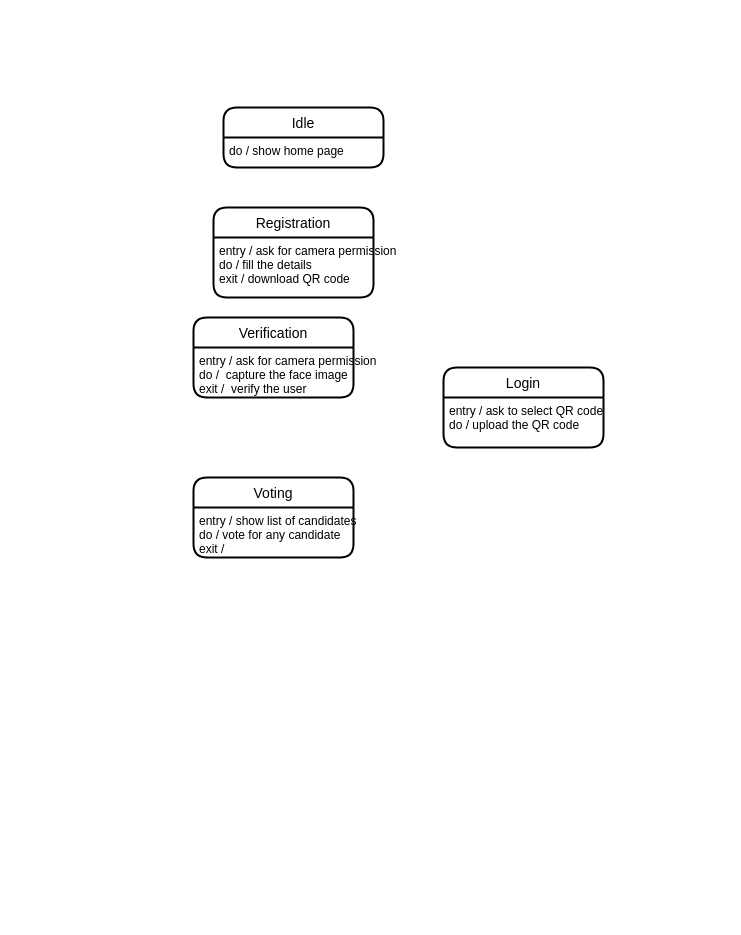
The draw.io diagram StateDiagram.drawio in matic14/BLockVote-UML-Diagram, before the edit. Source tidied: cells renumbered, new cells numbered last; positions are measured from the earlier drawing's top-left corner, leaving out a move shared by most shapes. Both pictures are drawn from the tidied source at 100%, with x=0, y=0 at pixel (193, 107).
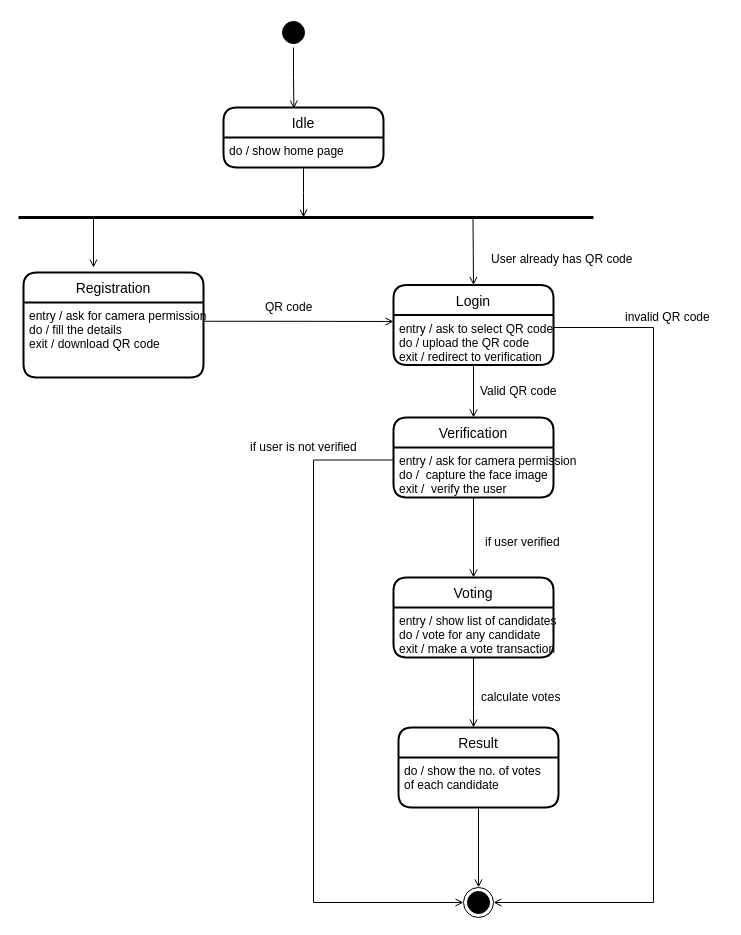
The same diagram, later.

The change refers to these unchanged cells:
```xml
<mxCell id="2" value="Idle" style="swimlane;horizontal=1;startSize=30;fillColor=#FFFFFF;fontColor=#030000;rounded=1;fontSize=14;fontStyle=0;strokeWidth=2;shadow=0;dashed=0;align=center;" parent="1" vertex="1">
  <mxGeometry x="30" width="160" height="60" as="geometry" />
</mxCell>
<mxCell id="3" value="do / show home page" style="align=left;strokeColor=none;fillColor=none;spacingLeft=4;fontSize=12;verticalAlign=top;" parent="2" vertex="1">
  <mxGeometry y="30" width="160" height="30" as="geometry" />
</mxCell>
<mxCell id="9" value="entry / ask for camera permission&#10;do /  capture the face image&#10;exit /  verify the user" style="align=left;strokeColor=none;fillColor=none;spacingLeft=4;fontSize=12;verticalAlign=top;" parent="8" vertex="1">
  <mxGeometry y="30" width="160" height="50" as="geometry" />
</mxCell>
```

What changed in the source:
```diff
@@
+    <mxCell id="6" value="Login" style="swimlane;horizontal=1;startSize=30;fillColor=#FFFFFF;fontColor=#030000;rounded=1;fontSize=14;fontStyle=0;strokeWidth=2;shadow=0;dashed=0;align=center;" parent="1" vertex="1">
+      <mxGeometry x="200" y="177.5" width="160" height="80" as="geometry" />
+    </mxCell>
+    <mxCell id="7" value="entry / ask to select QR code&#10;do / upload the QR code&#10;exit / redirect to verification " style="align=left;strokeColor=none;fillColor=none;spacingLeft=4;fontSize=12;verticalAlign=top;" parent="6" vertex="1">
+      <mxGeometry y="30" width="160" height="50" as="geometry" />
+    </mxCell>
+    <mxCell id="12" value="Result" style="swimlane;horizontal=1;startSize=30;fillColor=#FFFFFF;fontColor=#030000;rounded=1;fontSize=14;fontStyle=0;strokeWidth=2;shadow=0;dashed=0;align=center;" parent="1" vertex="1">
+      <mxGeometry x="205" y="620" width="160" height="80" as="geometry" />
+    </mxCell>
+    <mxCell id="13" value="do / show the no. of votes &#10;of each candidate&#10;" style="align=left;strokeColor=none;fillColor=none;spacingLeft=4;fontSize=12;verticalAlign=top;" parent="12" vertex="1">
+      <mxGeometry y="30" width="160" height="50" as="geometry" />
+    </mxCell>
+    <mxCell id="14" style="edgeStyle=orthogonalEdgeStyle;rounded=0;jumpSize=6;jettySize=auto;html=1;entryX=0.44;entryY=0.017;entryDx=0;entryDy=0;entryPerimeter=0;endArrow=open;endFill=0;strokeColor=#050000;strokeWidth=1;fontColor=#030000;" parent="1" edge="1" source="15" target="2">
+      <mxGeometry relative="1" as="geometry" />
+    </mxCell>
+    <mxCell id="15" style="ellipse;html=1;shape=startState;fillColor=#000000;strokeColor=#030000;fontColor=#030000;" parent="1" vertex="1">
+      <mxGeometry x="85" y="-90" width="30" height="30" as="geometry" />
+    </mxCell>
+    <mxCell id="16" style="endArrow=none;html=1;strokeColor=#050000;fontColor=#030000;strokeWidth=3;" parent="1" edge="1">
+      <mxGeometry relative="1" as="geometry">
+        <mxPoint x="-175" y="110" as="sourcePoint" />
+        <mxPoint x="400" y="110" as="targetPoint" />
+      </mxGeometry>
+    </mxCell>
     <mxCell id="4" value="Registration" style="swimlane;horizontal=1;startSize=30;fillColor=#FFFFFF;fontColor=#030000;rounded=1;fontSize=14;fontStyle=0;strokeWidth=2;shadow=0;dashed=0;align=center;" parent="1" vertex="1">
-      <mxGeometry x="20" y="100" width="160" height="90" as="geometry" />
+      <mxGeometry x="-170" y="165" width="180" height="105" as="geometry" />
     </mxCell>
     <mxCell id="5" value="entry / ask for camera permission&#10;do / fill the details&#10;exit / download QR code" style="align=left;strokeColor=none;fillColor=none;spacingLeft=4;fontSize=12;verticalAlign=top;" parent="4" vertex="1">
-      <mxGeometry y="30" width="160" height="60" as="geometry" />
+      <mxGeometry y="30" width="180" height="75" as="geometry" />
     </mxCell>
-    <mxCell id="6" value="Login" style="swimlane;horizontal=1;startSize=30;fillColor=#FFFFFF;fontColor=#030000;rounded=1;fontSize=14;fontStyle=0;strokeWidth=2;shadow=0;dashed=0;align=center;" parent="1" vertex="1">
-      <mxGeometry x="250" y="260" width="160" height="80" as="geometry" />
-    </mxCell>
-    <mxCell id="7" value="entry / ask to select QR code&#10;do / upload the QR code&#10;" style="align=left;strokeColor=none;fillColor=none;spacingLeft=4;fontSize=12;verticalAlign=top;" parent="6" vertex="1">
-      <mxGeometry y="30" width="160" height="50" as="geometry" />
-    </mxCell>
+    <mxCell id="17" style="ellipse;html=1;shape=endState;fillColor=#000000;strokeColor=#050000;fontColor=#030000;" parent="1" vertex="1">
+      <mxGeometry x="270" y="780" width="30" height="30" as="geometry" />
+    </mxCell>
+    <mxCell id="18" style="edgeStyle=orthogonalEdgeStyle;rounded=0;jettySize=auto;html=1;strokeColor=#050000;strokeWidth=1;fontColor=#030000;endArrow=open;endFill=0;jumpSize=6;" parent="1" edge="1" source="3">
+      <mxGeometry relative="1" as="geometry">
+        <mxPoint x="110" y="110" as="targetPoint" />
+      </mxGeometry>
+    </mxCell>
+    <mxCell id="19" style="edgeStyle=orthogonalEdgeStyle;rounded=0;orthogonalLoop=1;jettySize=auto;html=1;strokeColor=#050000;strokeWidth=1;fontColor=#030000;endArrow=open;endFill=0;jumpSize=6;" parent="1" edge="1">
+      <mxGeometry relative="1" as="geometry">
+        <mxPoint x="-100" y="110" as="sourcePoint" />
+        <mxPoint x="-100" y="160" as="targetPoint" />
+      </mxGeometry>
+    </mxCell>
+    <mxCell id="20" style="edgeStyle=orthogonalEdgeStyle;rounded=0;jettySize=auto;html=1;strokeColor=#050000;strokeWidth=1;fontColor=#030000;endArrow=open;endFill=0;jumpSize=6;entryX=0.5;entryY=0;entryDx=0;entryDy=0;" parent="1" edge="1" target="6">
+      <mxGeometry relative="1" as="geometry">
+        <mxPoint x="279.5" y="110" as="sourcePoint" />
+      </mxGeometry>
+    </mxCell>
     <mxCell id="8" value="Verification" style="swimlane;horizontal=1;startSize=30;fillColor=#FFFFFF;fontColor=#030000;rounded=1;fontSize=14;fontStyle=0;strokeWidth=2;shadow=0;dashed=0;align=center;" parent="1" vertex="1">
-      <mxGeometry y="210" width="160" height="80" as="geometry" />
+      <mxGeometry x="200" y="310" width="160" height="80" as="geometry" />
     </mxCell>
@@
+    <mxCell id="21" style="edgeStyle=orthogonalEdgeStyle;rounded=0;jumpSize=6;jettySize=auto;html=1;exitX=1;exitY=0.25;exitDx=0;exitDy=0;endArrow=open;endFill=0;strokeColor=#050000;strokeWidth=1;fontColor=#030000;" parent="1" edge="1" source="5">
+      <mxGeometry relative="1" as="geometry">
+        <mxPoint x="200" y="214" as="targetPoint" />
+      </mxGeometry>
+    </mxCell>
     <mxCell id="10" value="Voting" style="swimlane;horizontal=1;startSize=30;fillColor=#FFFFFF;fontColor=#030000;rounded=1;fontSize=14;fontStyle=0;strokeWidth=2;shadow=0;dashed=0;align=center;" parent="1" vertex="1">
-      <mxGeometry y="370" width="160" height="80" as="geometry" />
+      <mxGeometry x="200" y="470" width="160" height="80" as="geometry" />
     </mxCell>
-    <mxCell id="11" value="entry / show list of candidates&#10;do / vote for any candidate &#10;exit / " style="align=left;strokeColor=none;fillColor=none;spacingLeft=4;fontSize=12;verticalAlign=top;" parent="10" vertex="1">
+    <mxCell id="11" value="entry / show list of candidates&#10;do / vote for any candidate &#10;exit / make a vote transaction" style="align=left;strokeColor=none;fillColor=none;spacingLeft=4;fontSize=12;verticalAlign=top;" parent="10" vertex="1">
       <mxGeometry y="30" width="160" height="50" as="geometry" />
     </mxCell>
+    <mxCell id="22" style="edgeStyle=orthogonalEdgeStyle;rounded=0;jumpSize=6;jettySize=auto;html=1;exitX=0.5;exitY=1;exitDx=0;exitDy=0;entryX=0.5;entryY=0;entryDx=0;entryDy=0;endArrow=open;endFill=0;strokeColor=#050000;strokeWidth=1;fontColor=#030000;" parent="1" edge="1" source="7" target="8">
+      <mxGeometry relative="1" as="geometry" />
+    </mxCell>
+    <mxCell id="23" style="edgeStyle=orthogonalEdgeStyle;rounded=0;jumpSize=6;jettySize=auto;html=1;exitX=0.5;exitY=1;exitDx=0;exitDy=0;endArrow=open;endFill=0;strokeColor=#050000;strokeWidth=1;fontColor=#030000;entryX=0.5;entryY=0;entryDx=0;entryDy=0;" parent="1" edge="1" source="9" target="10">
+      <mxGeometry relative="1" as="geometry" />
+    </mxCell>
+    <mxCell id="24" style="edgeStyle=orthogonalEdgeStyle;rounded=0;jumpSize=6;jettySize=auto;html=1;exitX=0.5;exitY=1;exitDx=0;exitDy=0;endArrow=open;endFill=0;strokeColor=#050000;strokeWidth=1;fontColor=#030000;" parent="1" edge="1" source="11" target="12">
+      <mxGeometry relative="1" as="geometry">
+        <Array as="points">
+          <mxPoint x="280" y="600" />
+          <mxPoint x="280" y="600" />
+        </Array>
+      </mxGeometry>
+    </mxCell>
+    <mxCell id="25" style="edgeStyle=orthogonalEdgeStyle;rounded=0;jumpSize=6;jettySize=auto;html=1;exitX=0.5;exitY=1;exitDx=0;exitDy=0;entryX=0.5;entryY=0;entryDx=0;entryDy=0;endArrow=open;endFill=0;strokeColor=#050000;strokeWidth=1;fontColor=#030000;" parent="1" edge="1" source="13" target="17">
+      <mxGeometry relative="1" as="geometry" />
+    </mxCell>
+    <mxCell id="26" value="QR code&amp;nbsp;" style="text;html=1;align=left;verticalAlign=top;spacingTop=-4;fontColor=#030000;" parent="1" vertex="1">
+      <mxGeometry x="70" y="190" width="70" height="20" as="geometry" />
+    </mxCell>
+    <mxCell id="27" value="User already has QR code" style="text;html=1;align=left;verticalAlign=top;spacingTop=-4;fontColor=#030000;" parent="1" vertex="1">
+      <mxGeometry x="296" y="142" width="160" height="20" as="geometry" />
+    </mxCell>
+    <mxCell id="28" value="Valid QR code" style="text;html=1;align=left;verticalAlign=top;spacingTop=-4;fontColor=#030000;" parent="1" vertex="1">
+      <mxGeometry x="285" y="274" width="90" height="20" as="geometry" />
+    </mxCell>
+    <mxCell id="29" style="edgeStyle=orthogonalEdgeStyle;rounded=0;jumpSize=6;jettySize=auto;html=1;exitX=1;exitY=0.25;exitDx=0;exitDy=0;endArrow=open;endFill=0;strokeColor=#050000;strokeWidth=1;fontColor=#030000;entryX=1;entryY=0.5;entryDx=0;entryDy=0;" parent="1" edge="1" source="7" target="17">
+      <mxGeometry relative="1" as="geometry">
+        <Array as="points">
+          <mxPoint x="460" y="220" />
+          <mxPoint x="460" y="795" />
+        </Array>
+      </mxGeometry>
+    </mxCell>
+    <mxCell id="30" value="invalid QR code&amp;nbsp;" style="text;html=1;align=left;verticalAlign=top;spacingTop=-4;fontColor=#030000;" parent="1" vertex="1">
+      <mxGeometry x="430" y="200" width="100" height="20" as="geometry" />
+    </mxCell>
+    <mxCell id="31" value="if user verified" style="text;html=1;align=left;verticalAlign=top;spacingTop=-4;fontColor=#030000;" parent="1" vertex="1">
+      <mxGeometry x="290" y="425" width="90" height="20" as="geometry" />
+    </mxCell>
+    <mxCell id="32" style="edgeStyle=orthogonalEdgeStyle;rounded=0;jumpSize=6;jettySize=auto;html=1;exitX=0;exitY=0.25;exitDx=0;exitDy=0;entryX=0;entryY=0.5;entryDx=0;entryDy=0;endArrow=open;endFill=0;strokeColor=#050000;strokeWidth=1;fontColor=#030000;" parent="1" edge="1" source="9" target="17">
+      <mxGeometry relative="1" as="geometry">
+        <Array as="points">
+          <mxPoint x="120" y="353" />
+          <mxPoint x="120" y="795" />
+        </Array>
+      </mxGeometry>
+    </mxCell>
+    <mxCell id="33" value="if user is not verified" style="text;html=1;align=left;verticalAlign=top;spacingTop=-4;fontColor=#030000;" parent="1" vertex="1">
+      <mxGeometry x="55" y="330" width="120" height="20" as="geometry" />
+    </mxCell>
+    <mxCell id="34" value="calculate votes" style="text;html=1;align=left;verticalAlign=top;spacingTop=-4;fontColor=#030000;" parent="1" vertex="1">
+      <mxGeometry x="286" y="580" width="90" height="20" as="geometry" />
+    </mxCell>
```
